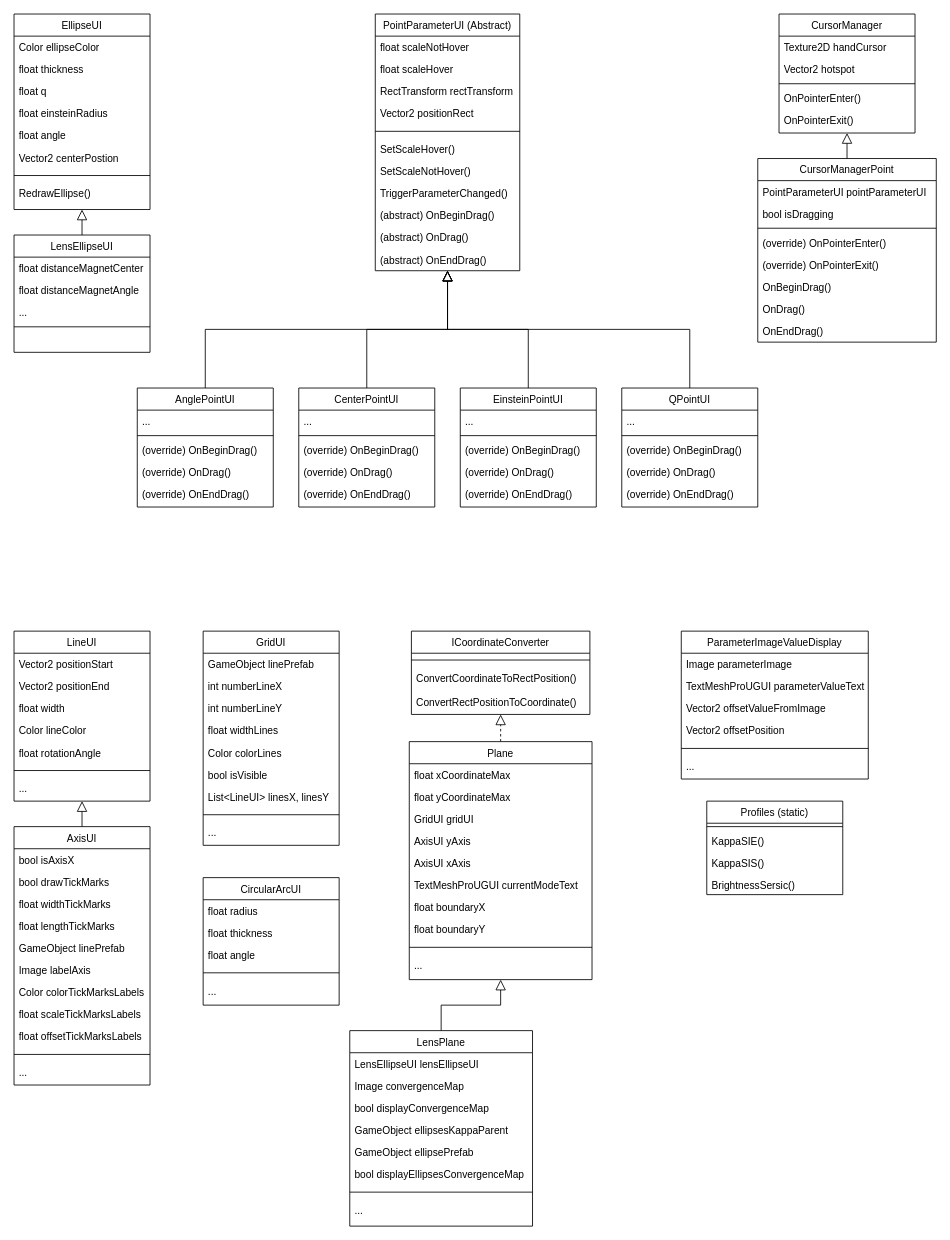
This is IGLOO_Diagram.drawio from shoutizix/DiagramIGLOO, a draw.io file, before an edit. Source tidied: cells renumbered, new cells numbered last; positions are measured from the earlier drawing's top-left corner, leaving out a move shared by most shapes. Both pictures are drawn from the tidied source at 85%, with x=0, y=0 at pixel (14, 14).
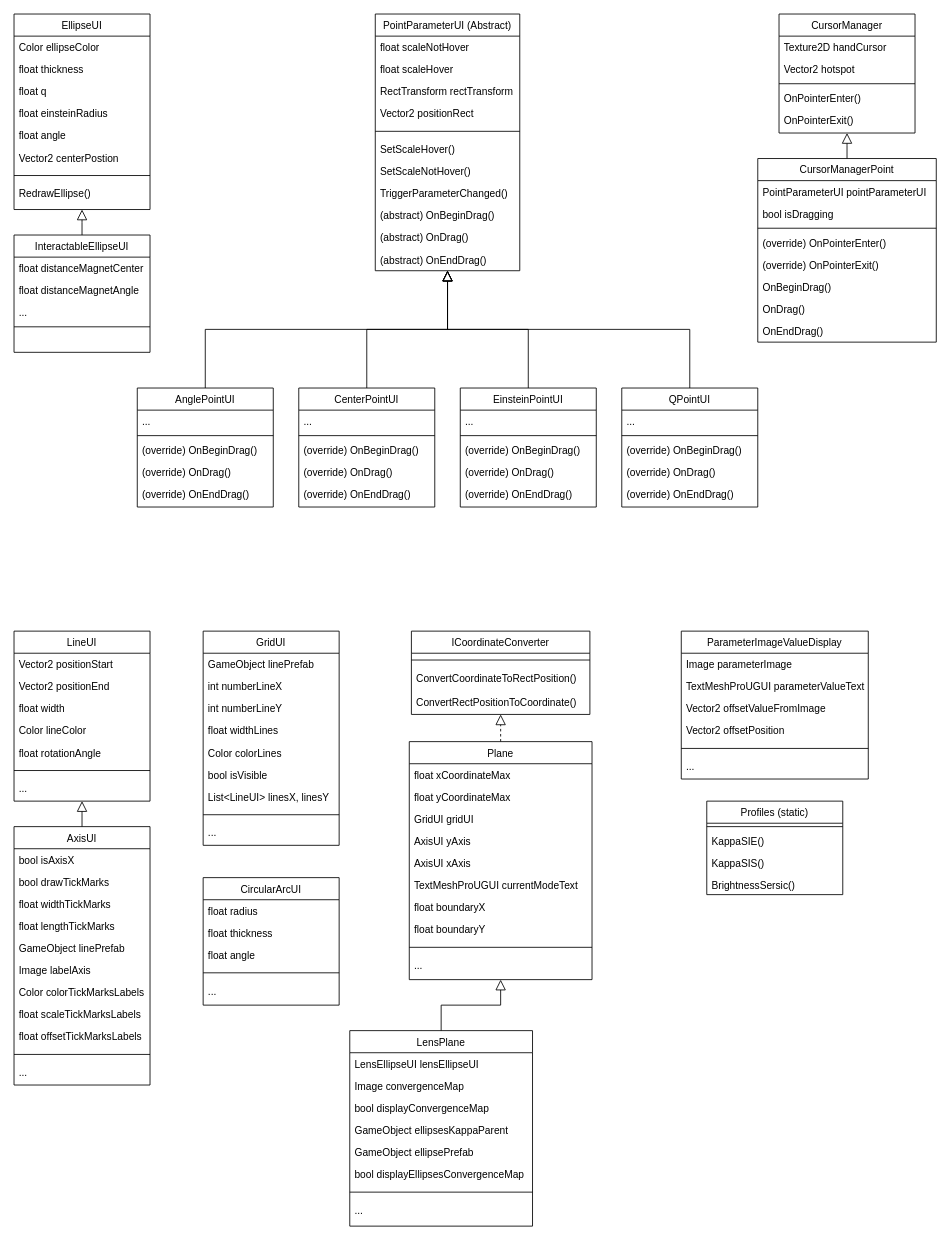
The same diagram, later.

The edit, as a diff of the source:
```diff
@@
-    <mxCell id="11" value="LensEllipseUI" style="swimlane;fontStyle=0;align=center;verticalAlign=top;horizontal=1;startSize=26;rounded=0;shadow=0;strokeWidth=1;" parent="1" vertex="1">
+    <mxCell id="11" value="InteractableEllipseUI" style="swimlane;fontStyle=0;align=center;verticalAlign=top;horizontal=1;startSize=26;rounded=0;shadow=0;strokeWidth=1;" parent="1" vertex="1">
       <mxGeometry y="260" width="160" height="138" as="geometry" />
     </mxCell>
```
